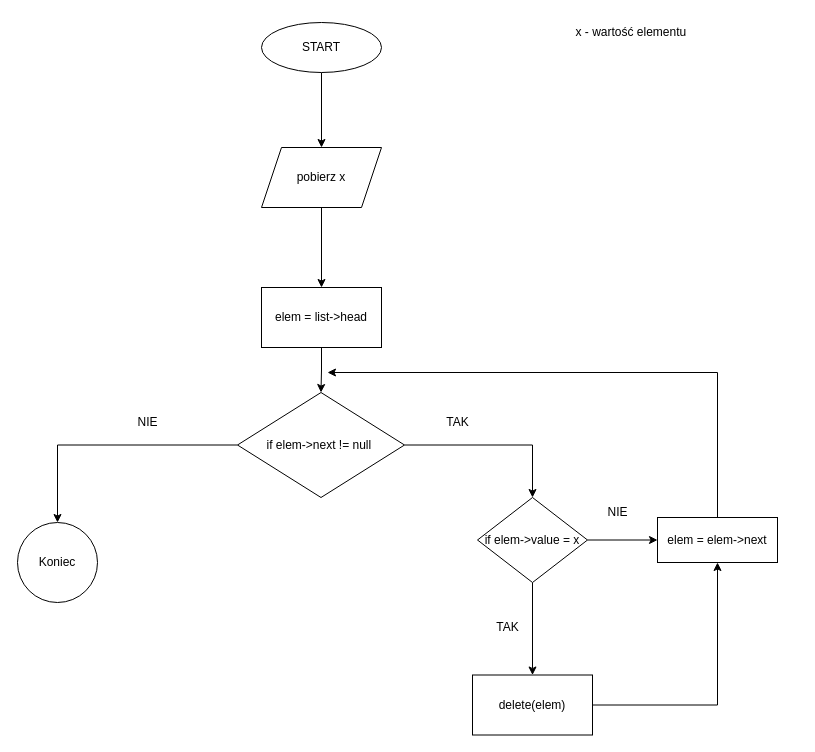
Earlier version of the draw.io diagram page "Zadanie 10" (11 of 11) of Diagram bez tytułu.drawio (Pawel-Lechki/algorytmy-cwiczenia). Source tidied: cells renumbered, new cells numbered last; positions are measured from the earlier drawing's top-left corner, leaving out a move shared by most shapes. Both pictures are drawn from the tidied source at 100%, with x=0, y=0 at pixel (17, 17).
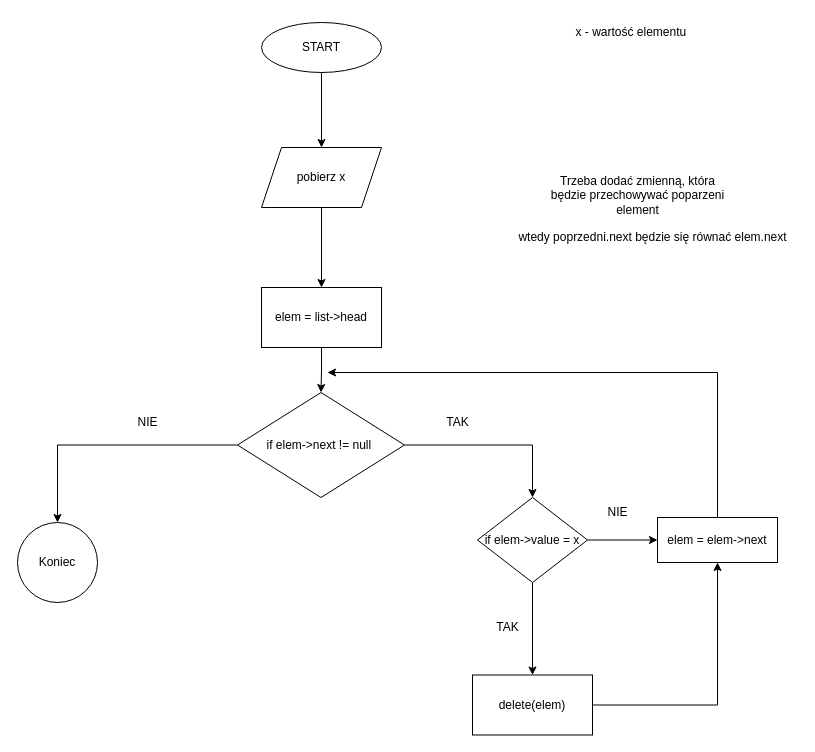
Above is the later version.

The edit, as a diff of the source:
```diff
@@
+    <mxCell id="24" value="Trzeba dodać zmienną, która&lt;br&gt;będzie przechowywać poparzeni&lt;br&gt;element" style="text;html=1;align=center;verticalAlign=middle;strokeColor=none;fillColor=none;" parent="1" vertex="1">
+      <mxGeometry x="520" y="148" width="200" height="60" as="geometry" />
+    </mxCell>
+    <mxCell id="25" value="wtedy poprzedni.next będzie się równać elem.next" style="text;html=1;align=center;verticalAlign=middle;strokeColor=none;fillColor=none;" parent="1" vertex="1">
+      <mxGeometry x="490" y="205" width="290" height="30" as="geometry" />
+    </mxCell>
```
